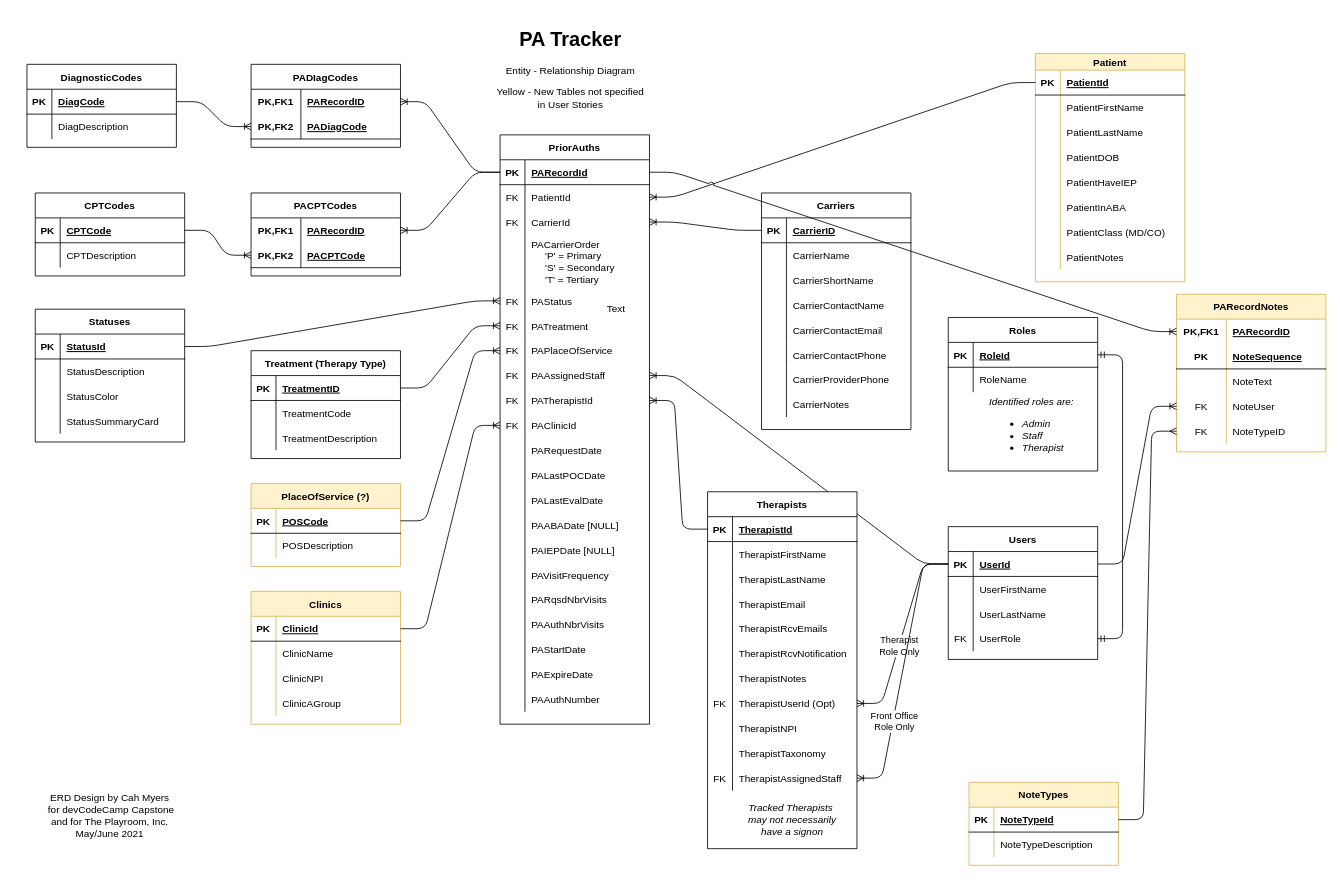
The draw.io diagram PA_Tracker_Db.drawio in cashmy/PA_Backend, before the edit. Source tidied: cells renumbered, new cells numbered last; positions are measured from the earlier drawing's top-left corner, leaving out a move shared by most shapes. Both pictures are drawn from the tidied source at 83%, with x=0, y=0 at pixel (14, 22).
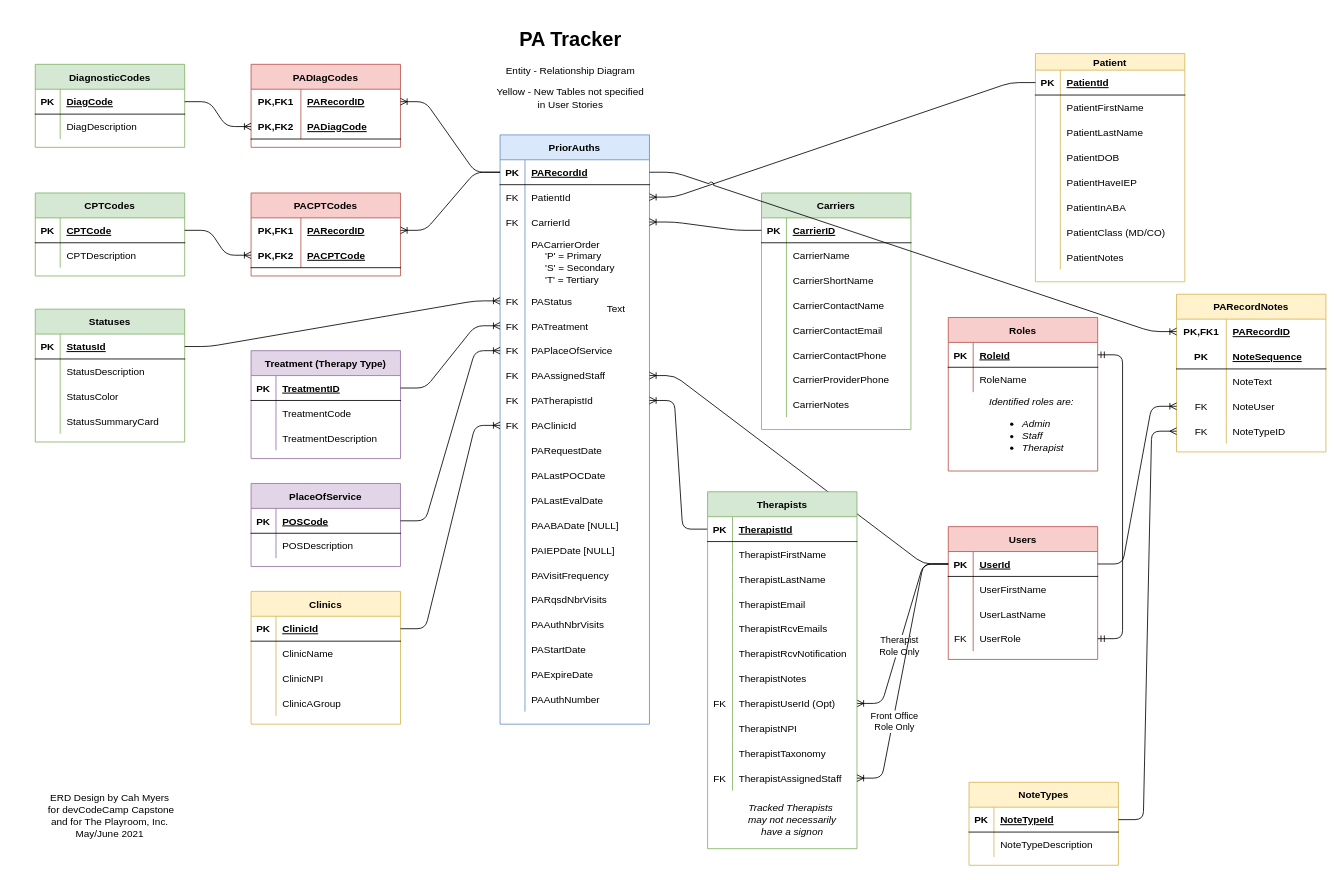
After the change.

Commit message:
ColorCoding ERD Table Headings

The change refers to these unchanged cells:
```xml
<mxCell id="200" style="group;" parent="1" vertex="1">
  <mxGeometry x="1125" y="355" width="180" height="185" as="geometry" />
</mxCell>
```

Diff of the diagram source:
```diff
@@
-    <mxCell id="2" value="CPTCodes" style="shape=table;startSize=30;childLayout=tableLayout;rowLines=0;fontStyle=1;align=center;" parent="1" vertex="1">
+    <mxCell id="2" value="CPTCodes" style="shape=table;startSize=30;childLayout=tableLayout;rowLines=0;fontStyle=1;align=center;fillColor=#d5e8d4;strokeColor=#82b366;" parent="1" vertex="1">
       <mxGeometry x="25" y="205" width="180" height="100" as="geometry" />
     </mxCell>
@@
-    <mxCell id="9" value="DiagnosticCodes" style="shape=table;startSize=30;childLayout=tableLayout;rowLines=0;fontStyle=1;align=center;" parent="1" vertex="1">
-      <mxGeometry x="15" y="50" width="180" height="100" as="geometry" />
+    <mxCell id="9" value="DiagnosticCodes" style="shape=table;startSize=30;childLayout=tableLayout;rowLines=0;fontStyle=1;align=center;fillColor=#d5e8d4;strokeColor=#82b366;" parent="1" vertex="1">
+      <mxGeometry x="25" y="50" width="180" height="100" as="geometry" />
     </mxCell>
@@
-    <mxCell id="16" value="Treatment (Therapy Type)" style="shape=table;startSize=30;childLayout=tableLayout;rowLines=0;fontStyle=1;align=center;" parent="1" vertex="1">
+    <mxCell id="16" value="Treatment (Therapy Type)" style="shape=table;startSize=30;childLayout=tableLayout;rowLines=0;fontStyle=1;align=center;fillColor=#e1d5e7;strokeColor=#9673a6;" parent="1" vertex="1">
       <mxGeometry x="285" y="395" width="180" height="130" as="geometry" />
     </mxCell>
@@
-    <mxCell id="26" value="Carriers" style="shape=table;startSize=30;childLayout=tableLayout;rowLines=0;fontStyle=1;align=center;" parent="1" vertex="1">
+    <mxCell id="26" value="Carriers" style="shape=table;startSize=30;childLayout=tableLayout;rowLines=0;fontStyle=1;align=center;fillColor=#d5e8d4;strokeColor=#82b366;" parent="1" vertex="1">
       <mxGeometry x="900" y="205" width="180" height="285" as="geometry" />
     </mxCell>
@@
-    <mxCell id="76" value="PlaceOfService (?)" style="shape=table;startSize=30;childLayout=tableLayout;rowLines=0;fontStyle=1;align=center;fillColor=#fff2cc;strokeColor=#d6b656;" parent="1" vertex="1">
+    <mxCell id="76" value="PlaceOfService" style="shape=table;startSize=30;childLayout=tableLayout;rowLines=0;fontStyle=1;align=center;fillColor=#e1d5e7;strokeColor=#9673a6;" parent="1" vertex="1">
       <mxGeometry x="285" y="555" width="180" height="100" as="geometry" />
     </mxCell>
@@
-    <mxCell id="83" value="Statuses" style="shape=table;startSize=30;childLayout=tableLayout;rowLines=0;fontStyle=1;align=center;" parent="1" vertex="1">
+    <mxCell id="83" value="Statuses" style="shape=table;startSize=30;childLayout=tableLayout;rowLines=0;fontStyle=1;align=center;fillColor=#d5e8d4;strokeColor=#82b366;" parent="1" vertex="1">
       <mxGeometry x="25" y="345" width="180" height="160" as="geometry" />
     </mxCell>
@@
-    <mxCell id="96" value="Users" style="shape=table;startSize=30;childLayout=tableLayout;rowLines=0;fontStyle=1;align=center;" parent="1" vertex="1">
+    <mxCell id="96" value="Users" style="shape=table;startSize=30;childLayout=tableLayout;rowLines=0;fontStyle=1;align=center;fillColor=#f8cecc;strokeColor=#b85450;" parent="1" vertex="1">
       <mxGeometry x="1125" y="607" width="180" height="160" as="geometry" />
     </mxCell>
@@
-    <mxCell id="109" value="PriorAuths" style="shape=table;startSize=30;childLayout=tableLayout;rowLines=0;fontStyle=1;align=center;" parent="1" vertex="1">
+    <mxCell id="109" value="PriorAuths" style="shape=table;startSize=30;childLayout=tableLayout;rowLines=0;fontStyle=1;align=center;fillColor=#dae8fc;strokeColor=#6c8ebf;" parent="1" vertex="1">
       <mxGeometry x="585" y="135" width="180" height="710" as="geometry" />
     </mxCell>
@@
-    <mxCell id="186" value="PACPTCodes" style="shape=table;startSize=30;childLayout=tableLayout;rowLines=0;fontStyle=1;align=center;" parent="1" vertex="1">
+    <mxCell id="186" value="PACPTCodes" style="shape=table;startSize=30;childLayout=tableLayout;rowLines=0;fontStyle=1;align=center;fillColor=#f8cecc;strokeColor=#b85450;" parent="1" vertex="1">
       <mxGeometry x="285" y="205" width="180" height="100" as="geometry" />
     </mxCell>
@@
-    <mxCell id="193" value="PADIagCodes" style="shape=table;startSize=30;childLayout=tableLayout;rowLines=0;fontStyle=1;align=center;" parent="1" vertex="1">
+    <mxCell id="193" value="PADIagCodes" style="shape=table;startSize=30;childLayout=tableLayout;rowLines=0;fontStyle=1;align=center;fillColor=#f8cecc;strokeColor=#b85450;" parent="1" vertex="1">
       <mxGeometry x="285" y="50" width="180" height="100" as="geometry" />
     </mxCell>
@@
-    <mxCell id="201" value="Roles" style="shape=table;startSize=30;childLayout=tableLayout;rowLines=0;fontStyle=1;align=center;" parent="200" vertex="1">
+    <mxCell id="201" value="Roles" style="shape=table;startSize=30;childLayout=tableLayout;rowLines=0;fontStyle=1;align=center;fillColor=#f8cecc;strokeColor=#b85450;" parent="200" vertex="1">
       <mxGeometry width="180" height="185" as="geometry" />
     </mxCell>
@@
-    <mxCell id="223" value="Therapists" style="shape=table;startSize=30;childLayout=tableLayout;rowLines=0;fontStyle=1;align=center;" parent="1" vertex="1">
+    <mxCell id="223" value="Therapists" style="shape=table;startSize=30;childLayout=tableLayout;rowLines=0;fontStyle=1;align=center;fillColor=#d5e8d4;strokeColor=#82b366;" parent="1" vertex="1">
       <mxGeometry x="835" y="565" width="180" height="430" as="geometry" />
     </mxCell>
```
